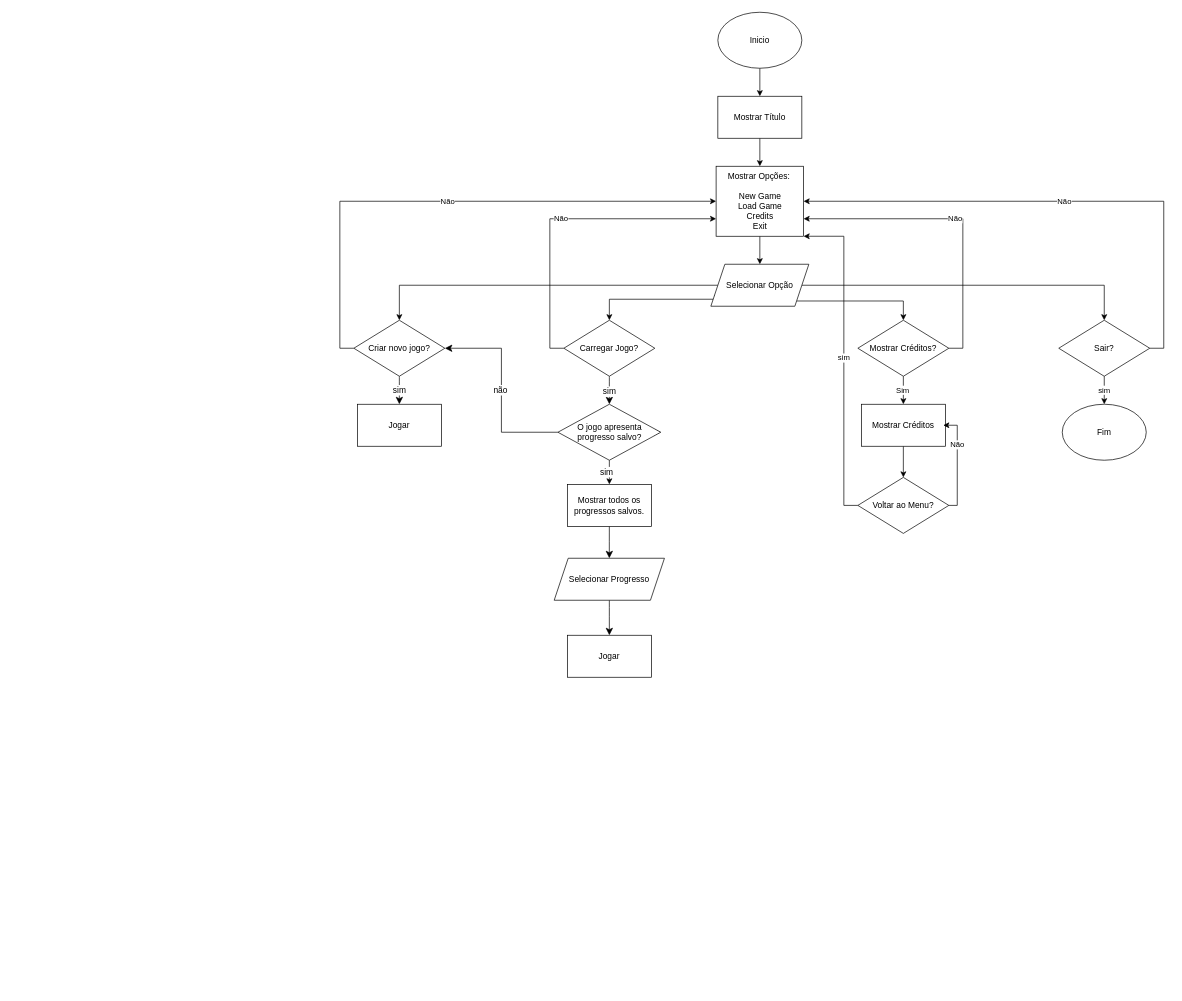
as1lo/diagramas keeps this draw.io diagram as jogo_estrutura.drawio. Above is the earlier version. Source tidied: cells renumbered, new cells numbered last; positions are measured from the earlier drawing's top-left corner, leaving out a move shared by most shapes. Both pictures are drawn from the tidied source at 70%, with x=0, y=0 at pixel (354, 12).
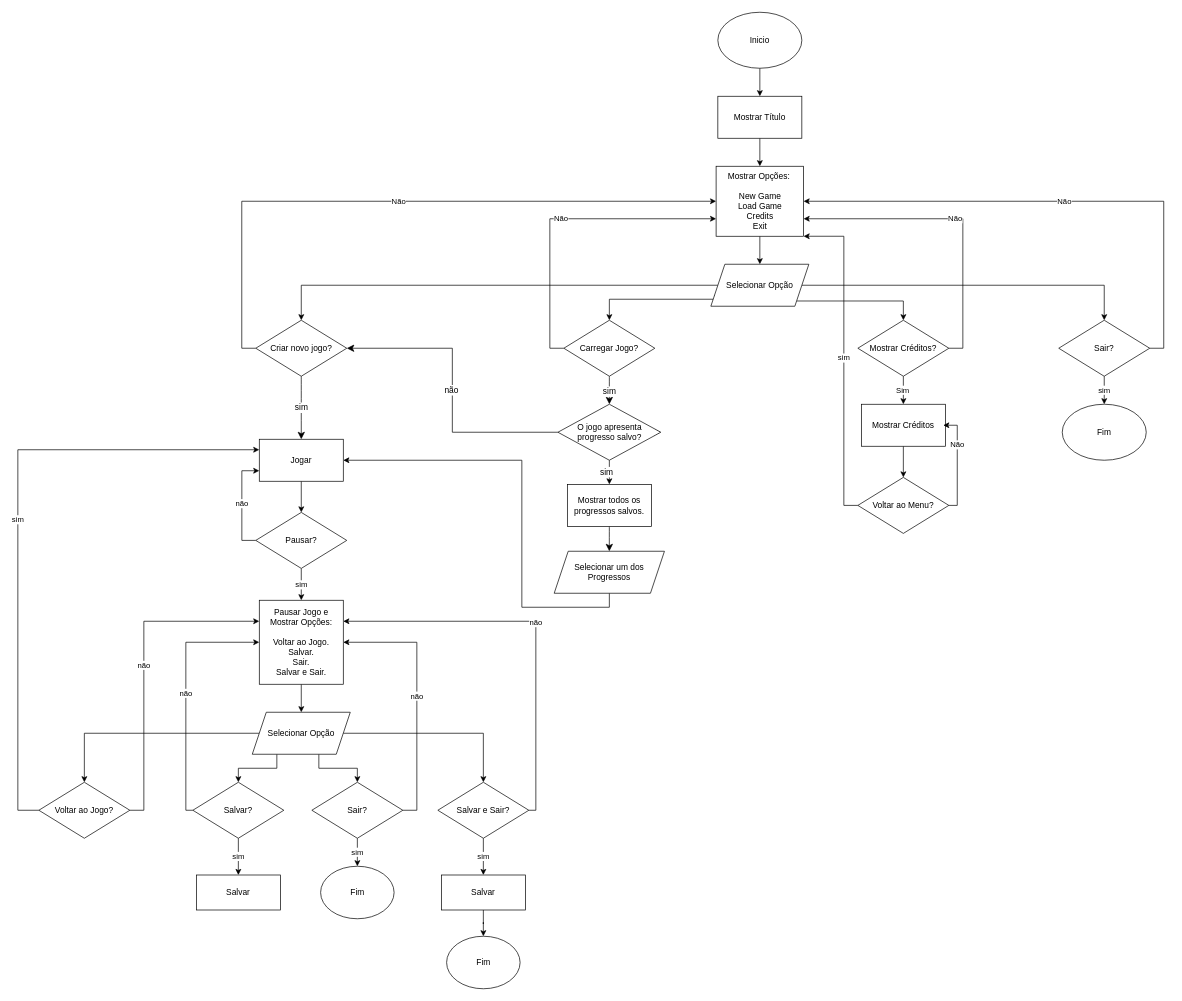
After the change.

Unchanged cells that the change refers to:
```xml
<mxCell id="37" value="Selecionar Opção" style="shape=parallelogram;perimeter=parallelogramPerimeter;whiteSpace=wrap;html=1;fixedSize=1;" parent="1" vertex="1">
  <mxGeometry x="510" y="360" width="140" height="60" as="geometry" />
</mxCell>
```

Change to the diagram source:
```diff
@@
-    <mxCell id="32" value="Jogar" style="rounded=0;whiteSpace=wrap;html=1;" parent="1" vertex="1">
-      <mxGeometry x="305" y="890" width="120" height="60" as="geometry" />
-    </mxCell>
     <mxCell id="33" style="edgeStyle=orthogonalEdgeStyle;rounded=0;jettySize=auto;html=1;exitX=0;exitY=0.5;exitDx=0;exitDy=0;entryX=0.5;entryY=0;entryDx=0;entryDy=0;" parent="1" edge="1" source="37" target="41">
       <mxGeometry relative="1" as="geometry">
         <Array as="points">
-          <mxPoint x="65" y="390" />
+          <mxPoint x="-75" y="390" />
         </Array>
       </mxGeometry>
     </mxCell>
@@
-    <mxCell id="38" style="edgeStyle=none;curved=1;rounded=0;jettySize=auto;html=1;entryX=0.5;entryY=0;entryDx=0;entryDy=0;fontSize=12;startSize=8;endSize=8;" parent="1" edge="1" source="39" target="32">
-      <mxGeometry relative="1" as="geometry" />
-    </mxCell>
+    <mxCell id="45" style="edgeStyle=orthogonalEdgeStyle;rounded=0;jettySize=auto;html=1;entryX=1;entryY=0.5;entryDx=0;entryDy=0;" parent="1" edge="1" source="39" target="40">
+      <mxGeometry relative="1" as="geometry">
+        <Array as="points">
+          <mxPoint x="365" y="850" />
+          <mxPoint x="240" y="850" />
+          <mxPoint x="240" y="640" />
+        </Array>
+      </mxGeometry>
+    </mxCell>
-    <mxCell id="39" value="Selecionar Progresso" style="shape=parallelogram;perimeter=parallelogramPerimeter;whiteSpace=wrap;html=1;fixedSize=1;" parent="1" vertex="1">
-      <mxGeometry x="286.2" y="780" width="157.5" height="60" as="geometry" />
+    <mxCell id="39" value="Selecionar um dos Progressos" style="shape=parallelogram;perimeter=parallelogramPerimeter;whiteSpace=wrap;html=1;fixedSize=1;" parent="1" vertex="1">
+      <mxGeometry x="286.2" y="770" width="157.5" height="60" as="geometry" />
     </mxCell>
+    <mxCell id="46" style="edgeStyle=orthogonalEdgeStyle;rounded=0;jettySize=auto;html=1;entryX=0.5;entryY=0;entryDx=0;entryDy=0;" parent="1" edge="1" source="40" target="49">
+      <mxGeometry relative="1" as="geometry" />
+    </mxCell>
     <mxCell id="40" value="Jogar" style="rounded=0;whiteSpace=wrap;html=1;" parent="1" vertex="1">
-      <mxGeometry x="5" y="560" width="120" height="60" as="geometry" />
+      <mxGeometry x="-135.1" y="610" width="120" height="60" as="geometry" />
     </mxCell>
     <mxCell id="41" value="Criar novo jogo?" style="rhombus;whiteSpace=wrap;html=1;direction=east;" parent="1" vertex="1">
-      <mxGeometry y="440" width="130" height="80" as="geometry" />
+      <mxGeometry x="-140.1" y="440" width="130" height="80" as="geometry" />
     </mxCell>
@@
+    <mxCell id="47" value="sim" style="edgeStyle=orthogonalEdgeStyle;rounded=0;jettySize=auto;html=1;entryX=0.5;entryY=0;entryDx=0;entryDy=0;" parent="1" edge="1" source="49" target="51">
+      <mxGeometry relative="1" as="geometry" />
+    </mxCell>
+    <mxCell id="48" value="não" style="edgeStyle=orthogonalEdgeStyle;rounded=0;jettySize=auto;html=1;entryX=0;entryY=0.75;entryDx=0;entryDy=0;" parent="1" edge="1" source="49" target="40">
+      <mxGeometry relative="1" as="geometry">
+        <Array as="points">
+          <mxPoint x="-160" y="755" />
+          <mxPoint x="-160" y="655" />
+        </Array>
+      </mxGeometry>
+    </mxCell>
+    <mxCell id="49" value="Pausar?" style="rhombus;whiteSpace=wrap;html=1;direction=east;" parent="1" vertex="1">
+      <mxGeometry x="-140.1" y="714.5" width="130" height="80" as="geometry" />
+    </mxCell>
+    <mxCell id="50" style="edgeStyle=orthogonalEdgeStyle;rounded=0;jettySize=auto;html=1;entryX=0.5;entryY=0;entryDx=0;entryDy=0;" parent="1" edge="1" source="51" target="68">
+      <mxGeometry relative="1" as="geometry" />
+    </mxCell>
+    <mxCell id="51" value="Pausar Jogo e Mostrar Opções:&lt;div&gt;&lt;br&gt;&lt;/div&gt;&lt;div&gt;Voltar ao Jogo.&lt;/div&gt;&lt;div&gt;Salvar.&lt;/div&gt;&lt;div&gt;Sair.&lt;/div&gt;&lt;div&gt;Salvar e Sair.&lt;/div&gt;" style="rounded=0;whiteSpace=wrap;html=1;" parent="1" vertex="1">
+      <mxGeometry x="-135.1" y="840" width="120" height="120" as="geometry" />
+    </mxCell>
+    <mxCell id="52" value="não" style="edgeStyle=orthogonalEdgeStyle;rounded=0;jettySize=auto;html=1;entryX=0;entryY=0.25;entryDx=0;entryDy=0;" parent="1" edge="1" source="54" target="51">
+      <mxGeometry relative="1" as="geometry">
+        <Array as="points">
+          <mxPoint x="-300" y="1140" />
+          <mxPoint x="-300" y="870" />
+        </Array>
+      </mxGeometry>
+    </mxCell>
+    <mxCell id="53" value="sim" style="edgeStyle=orthogonalEdgeStyle;rounded=0;jettySize=auto;html=1;entryX=0;entryY=0.25;entryDx=0;entryDy=0;" parent="1" edge="1" source="54" target="40">
+      <mxGeometry relative="1" as="geometry">
+        <Array as="points">
+          <mxPoint x="-480" y="1140" />
+          <mxPoint x="-480" y="625" />
+        </Array>
+      </mxGeometry>
+    </mxCell>
+    <mxCell id="54" value="Voltar ao Jogo?" style="rhombus;whiteSpace=wrap;html=1;direction=east;" parent="1" vertex="1">
+      <mxGeometry x="-450" y="1100" width="130" height="80" as="geometry" />
+    </mxCell>
+    <mxCell id="55" value="sim" style="edgeStyle=orthogonalEdgeStyle;rounded=0;jettySize=auto;html=1;entryX=0.5;entryY=0;entryDx=0;entryDy=0;" parent="1" edge="1" source="57" target="69">
+      <mxGeometry relative="1" as="geometry" />
+    </mxCell>
+    <mxCell id="56" value="não" style="edgeStyle=orthogonalEdgeStyle;rounded=0;jettySize=auto;html=1;entryX=0;entryY=0.5;entryDx=0;entryDy=0;" parent="1" edge="1" source="57" target="51">
+      <mxGeometry relative="1" as="geometry">
+        <Array as="points">
+          <mxPoint x="-240" y="1140" />
+          <mxPoint x="-240" y="900" />
+        </Array>
+      </mxGeometry>
+    </mxCell>
+    <mxCell id="57" value="Salvar?" style="rhombus;whiteSpace=wrap;html=1;direction=east;" parent="1" vertex="1">
+      <mxGeometry x="-230" y="1100" width="130" height="80" as="geometry" />
+    </mxCell>
+    <mxCell id="58" value="não" style="edgeStyle=orthogonalEdgeStyle;rounded=0;jettySize=auto;html=1;entryX=1;entryY=0.5;entryDx=0;entryDy=0;" parent="1" edge="1" source="60" target="51">
+      <mxGeometry relative="1" as="geometry">
+        <Array as="points">
+          <mxPoint x="90" y="1140" />
+          <mxPoint x="90" y="900" />
+        </Array>
+      </mxGeometry>
+    </mxCell>
+    <mxCell id="59" value="sim" style="edgeStyle=orthogonalEdgeStyle;rounded=0;jettySize=auto;html=1;entryX=0.5;entryY=0;entryDx=0;entryDy=0;" parent="1" edge="1" source="60" target="70">
+      <mxGeometry relative="1" as="geometry" />
+    </mxCell>
+    <mxCell id="60" value="Sair?" style="rhombus;whiteSpace=wrap;html=1;direction=east;" parent="1" vertex="1">
+      <mxGeometry x="-60" y="1100" width="130" height="80" as="geometry" />
+    </mxCell>
+    <mxCell id="61" value="não" style="edgeStyle=orthogonalEdgeStyle;rounded=0;jettySize=auto;html=1;entryX=1;entryY=0.25;entryDx=0;entryDy=0;" parent="1" edge="1" source="63" target="51">
+      <mxGeometry relative="1" as="geometry">
+        <Array as="points">
+          <mxPoint x="260" y="1140" />
+          <mxPoint x="260" y="870" />
+        </Array>
+      </mxGeometry>
+    </mxCell>
+    <mxCell id="62" value="sim" style="edgeStyle=orthogonalEdgeStyle;rounded=0;jettySize=auto;html=1;entryX=0.5;entryY=0;entryDx=0;entryDy=0;" parent="1" edge="1" source="63" target="72">
+      <mxGeometry relative="1" as="geometry" />
+    </mxCell>
+    <mxCell id="63" value="Salvar e Sair?" style="rhombus;whiteSpace=wrap;html=1;direction=east;" parent="1" vertex="1">
+      <mxGeometry x="120" y="1100" width="130" height="80" as="geometry" />
+    </mxCell>
+    <mxCell id="64" style="edgeStyle=orthogonalEdgeStyle;rounded=0;jettySize=auto;html=1;" parent="1" edge="1" source="68" target="54">
+      <mxGeometry relative="1" as="geometry" />
+    </mxCell>
+    <mxCell id="65" style="edgeStyle=orthogonalEdgeStyle;rounded=0;jettySize=auto;html=1;entryX=0.5;entryY=0;entryDx=0;entryDy=0;" parent="1" edge="1" source="68" target="57">
+      <mxGeometry relative="1" as="geometry">
+        <Array as="points">
+          <mxPoint x="-110" y="1080" />
+          <mxPoint x="-165" y="1080" />
+        </Array>
+      </mxGeometry>
+    </mxCell>
+    <mxCell id="66" style="edgeStyle=orthogonalEdgeStyle;rounded=0;jettySize=auto;html=1;entryX=0.5;entryY=0;entryDx=0;entryDy=0;" parent="1" edge="1" source="68" target="60">
+      <mxGeometry relative="1" as="geometry">
+        <Array as="points">
+          <mxPoint x="-50" y="1080" />
+          <mxPoint x="5" y="1080" />
+        </Array>
+      </mxGeometry>
+    </mxCell>
+    <mxCell id="67" style="edgeStyle=orthogonalEdgeStyle;rounded=0;jettySize=auto;html=1;entryX=0.5;entryY=0;entryDx=0;entryDy=0;" parent="1" edge="1" source="68" target="63">
+      <mxGeometry relative="1" as="geometry" />
+    </mxCell>
+    <mxCell id="68" value="Selecionar Opção" style="shape=parallelogram;perimeter=parallelogramPerimeter;whiteSpace=wrap;html=1;fixedSize=1;" parent="1" vertex="1">
+      <mxGeometry x="-145.1" y="1000" width="140" height="60" as="geometry" />
+    </mxCell>
+    <mxCell id="69" value="Salvar" style="rounded=0;whiteSpace=wrap;html=1;" parent="1" vertex="1">
+      <mxGeometry x="-225" y="1232.5" width="120" height="50" as="geometry" />
+    </mxCell>
+    <mxCell id="70" value="Fim" style="ellipse;whiteSpace=wrap;html=1;" parent="1" vertex="1">
+      <mxGeometry x="-47.5" y="1220" width="105" height="75" as="geometry" />
+    </mxCell>
+    <mxCell id="71" style="edgeStyle=orthogonalEdgeStyle;rounded=0;jettySize=auto;html=1;entryX=0.5;entryY=0;entryDx=0;entryDy=0;" parent="1" edge="1" source="72" target="73">
+      <mxGeometry relative="1" as="geometry" />
+    </mxCell>
+    <mxCell id="72" value="Salvar" style="rounded=0;whiteSpace=wrap;html=1;" parent="1" vertex="1">
+      <mxGeometry x="125" y="1232.5" width="120" height="50" as="geometry" />
+    </mxCell>
+    <mxCell id="73" value="Fim" style="ellipse;whiteSpace=wrap;html=1;" parent="1" vertex="1">
+      <mxGeometry x="132.5" y="1320" width="105" height="75" as="geometry" />
+    </mxCell>
```
